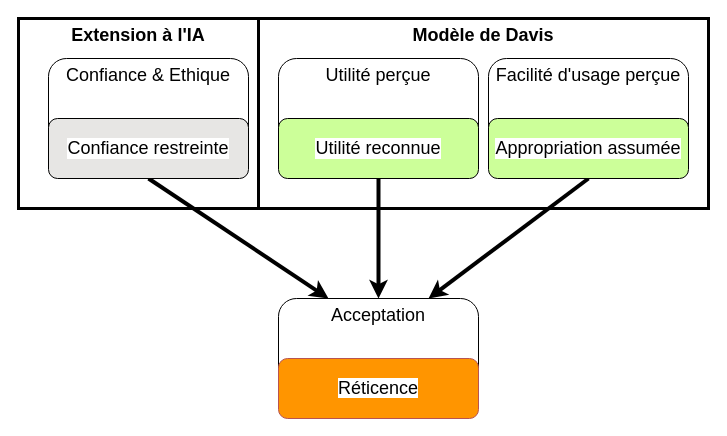
This is page "Réponses questionnaire-Méthode TAM Adaptée" (4 of 5) of Relation individu-données-technologies.drawio from Fabrice-64/Drawings, a draw.io file, before an edit. Source tidied: cells renumbered, new cells numbered last; positions are measured from the earlier drawing's top-left corner, leaving out a move shared by most shapes. Both pictures are drawn from the tidied source at 100%, with x=0, y=0 at pixel (18, 18).
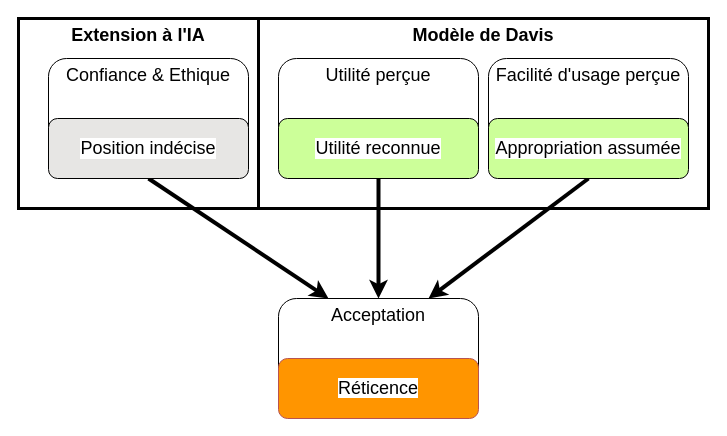
The same diagram, later.

Commit message:
Mettre à jour Relation individu-données-technologies.drawio

Diff of the diagram source:
```diff
@@
 <mxGraphModel>
   <root>
     <mxCell id="0" />
     <mxCell id="1" parent="0" />
     <mxCell id="2" value="&lt;font style=&quot;font-size: 18px;&quot;&gt;&lt;b&gt;Extension à l'IA&lt;/b&gt;&lt;/font&gt;" style="rounded=0;whiteSpace=wrap;html=1;verticalAlign=top;strokeWidth=3;" parent="1" vertex="1">
       <mxGeometry width="240" height="190" as="geometry" />
     </mxCell>
     <mxCell id="3" value="&lt;font style=&quot;font-size: 18px;&quot;&gt;&lt;b&gt;Modèle de Davis&lt;/b&gt;&lt;/font&gt;" style="rounded=0;whiteSpace=wrap;html=1;verticalAlign=top;strokeWidth=3;" parent="1" vertex="1">
       <mxGeometry x="240" width="450" height="190" as="geometry" />
     </mxCell>
     <mxCell id="4" value="Acceptation" style="rounded=1;whiteSpace=wrap;html=1;fontSize=18;verticalAlign=top;" parent="1" vertex="1">
       <mxGeometry x="260" y="280" width="200" height="120" as="geometry" />
     </mxCell>
     <mxCell id="5" value="Confiance &amp;amp; Ethique" style="rounded=1;whiteSpace=wrap;html=1;fontSize=18;verticalAlign=top;" parent="1" vertex="1">
       <mxGeometry x="30" y="40" width="200" height="120" as="geometry" />
     </mxCell>
     <mxCell id="6" value="Utilité perçue" style="rounded=1;whiteSpace=wrap;html=1;fontSize=18;verticalAlign=top;" parent="1" vertex="1">
       <mxGeometry x="260" y="40" width="200" height="120" as="geometry" />
     </mxCell>
     <mxCell id="7" value="Facilité d'usage perçue" style="rounded=1;whiteSpace=wrap;html=1;fontSize=18;verticalAlign=top;" parent="1" vertex="1">
       <mxGeometry x="470" y="40" width="200" height="120" as="geometry" />
     </mxCell>
     <mxCell id="8" style="edgeStyle=orthogonalEdgeStyle;rounded=0;orthogonalLoop=1;jettySize=auto;html=1;exitX=0.5;exitY=1;exitDx=0;exitDy=0;" parent="1" edge="1" source="2" target="2">
       <mxGeometry relative="1" as="geometry" />
     </mxCell>
     <mxCell id="9" style="endArrow=classic;html=1;rounded=0;exitX=0.5;exitY=1;exitDx=0;exitDy=0;entryX=0.25;entryY=0;entryDx=0;entryDy=0;strokeWidth=4;" parent="1" edge="1" source="5" target="4">
       <mxGeometry relative="1" as="geometry" />
     </mxCell>
     <mxCell id="10" style="endArrow=classic;html=1;rounded=0;exitX=0.5;exitY=1;exitDx=0;exitDy=0;entryX=0.5;entryY=0;entryDx=0;entryDy=0;strokeWidth=4;" parent="1" edge="1" source="6" target="4">
       <mxGeometry relative="1" as="geometry" />
     </mxCell>
     <mxCell id="11" style="endArrow=classic;html=1;rounded=0;exitX=0.5;exitY=1;exitDx=0;exitDy=0;entryX=0.75;entryY=0;entryDx=0;entryDy=0;strokeWidth=4;" parent="1" edge="1" source="7" target="4">
       <mxGeometry relative="1" as="geometry" />
     </mxCell>
-    <mxCell id="12" value="&lt;span style=&quot;font-size: 18px;&quot;&gt;Confiance restreinte&lt;/span&gt;" style="rounded=1;whiteSpace=wrap;html=1;labelBackgroundColor=default;fillColor=light-dark(#e7e6e4, #ededed);" parent="1" vertex="1">
+    <mxCell id="12" value="&lt;span style=&quot;font-size: 18px;&quot;&gt;Position indécise&lt;/span&gt;" style="rounded=1;whiteSpace=wrap;html=1;labelBackgroundColor=default;fillColor=light-dark(#e7e6e4, #ededed);" parent="1" vertex="1">
       <mxGeometry x="30" y="100" width="200" height="60" as="geometry" />
     </mxCell>
     <mxCell id="13" value="&lt;span style=&quot;font-size: 18px; background-color: rgb(255, 255, 255);&quot;&gt;Réticence&lt;/span&gt;" style="rounded=1;whiteSpace=wrap;html=1;fillColor=light-dark(#ff9500, #ff9090);strokeColor=#b85450;" parent="1" vertex="1">
       <mxGeometry x="260" y="340" width="200" height="60" as="geometry" />
     </mxCell>
     <mxCell id="14" value="&lt;span style=&quot;font-size: 18px;&quot;&gt;Utilité reconnue&lt;/span&gt;" style="rounded=1;whiteSpace=wrap;html=1;labelBackgroundColor=default;fillColor=light-dark(#CCFF99,#EDEDED);" parent="1" vertex="1">
       <mxGeometry x="260" y="100" width="200" height="60" as="geometry" />
     </mxCell>
     <mxCell id="15" value="&lt;span style=&quot;font-size: 18px;&quot;&gt;Appropriation assumée&lt;/span&gt;" style="rounded=1;whiteSpace=wrap;html=1;labelBackgroundColor=default;fillColor=light-dark(#CCFF99,#EDEDED);" parent="1" vertex="1">
       <mxGeometry x="470" y="100" width="200" height="60" as="geometry" />
     </mxCell>
   </root>
 </mxGraphModel>
```
